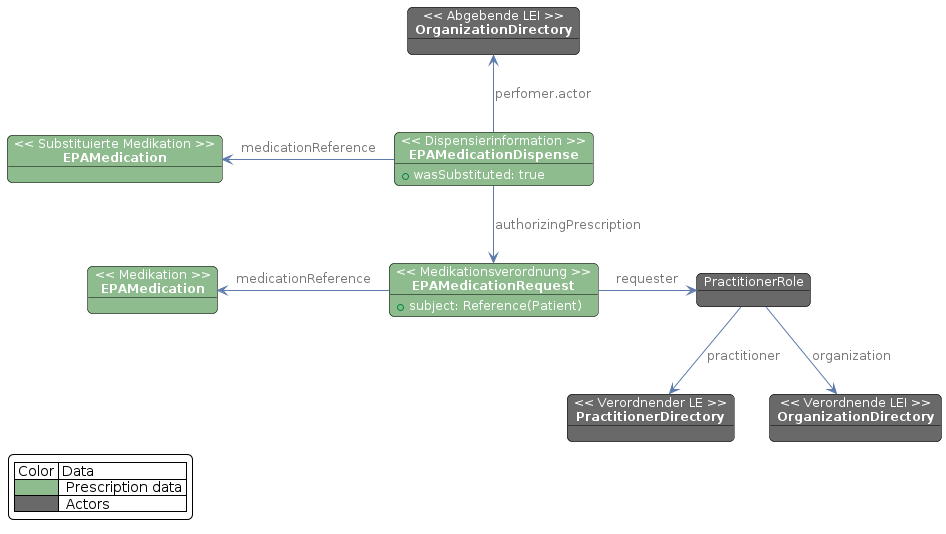
Above: images/plantuml/medication.fhir.substitution.png in gematik/ePA-Medication (PlantUML), before the change.
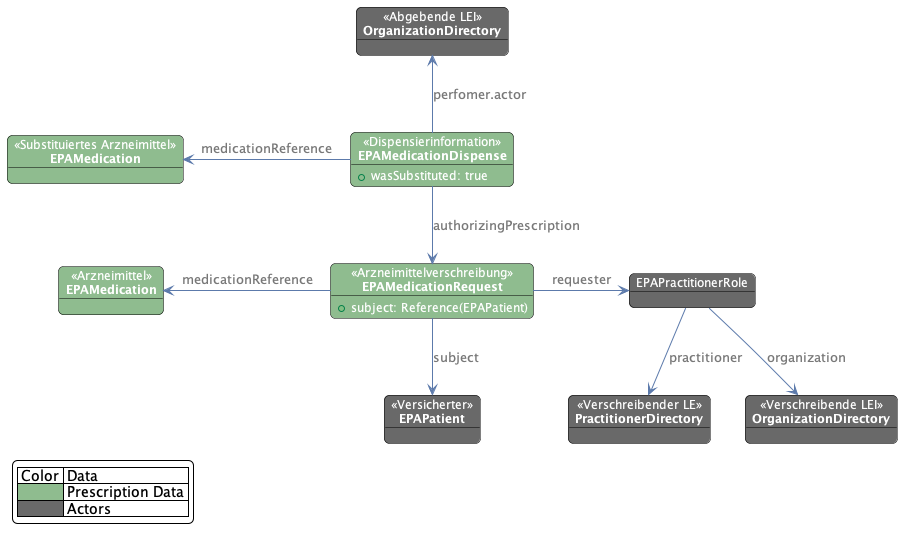
Above is the later version.

The edit, as a diff of the source:
```diff
@@ -12,20 +12,21 @@
 }
 skinparam LegendBackgroundColor White
 
-object "<< Verordnender LE >>\n**PractitionerDirectory**" as PrescribingPractitioner
-object "<< Verordnende LEI >>\n**OrganizationDirectory**" as PrescribingOrganization
+object "<< Versicherter >>\n**EPAPatient**" as Patient
+object "<< Verschreibender LE >>\n**PractitionerDirectory**" as PrescribingPractitioner
+object "<< Verschreibende LEI >>\n**OrganizationDirectory**" as PrescribingOrganization
 object "<< Abgebende LEI >>\n**OrganizationDirectory**" as PharmOrganization
-object "PractitionerRole" as PractionerRole
-object "<< Medikation >>\n**EPAMedication**" as Medication #DarkSeaGreen
-object "<< Medikationsverordnung >>\n**EPAMedicationRequest**" as MedicationRequest #DarkSeaGreen {
-    + subject: Reference(Patient)
+object "EPAPractitionerRole" as PractionerRole
+object "<< Arzneimittel >>\n**EPAMedication**" as Medication #DarkSeaGreen
+object "<< Arzneimittelverschreibung >>\n**EPAMedicationRequest**" as MedicationRequest #DarkSeaGreen {
+    + subject: Reference(EPAPatient)
 }
-object "<< Substituierte Medikation >>\n**EPAMedication**" as AltMedication #DarkSeaGreen
+object "<< Substituiertes Arzneimittel >>\n**EPAMedication**" as AltMedication #DarkSeaGreen
 object "<< Dispensierinformation >>\n**EPAMedicationDispense**" as MedicationDispense #DarkSeaGreen {
     + wasSubstituted: true
 }
 
-
+MedicationRequest -d->  Patient : subject
 MedicationRequest -l-> Medication : medicationReference
 MedicationRequest -r-> PractionerRole : requester
 
@@ -38,7 +39,7 @@
 
 legend left
     | Color | Data |
-    |<#DarkSeaGreen>|  Prescription data |
-    |<#DimGrey>|  Actors |
+    |<#DarkSeaGreen>| Prescription Data |
+    |<#DimGrey>| Actors |
 endlegend
 @enduml
```
